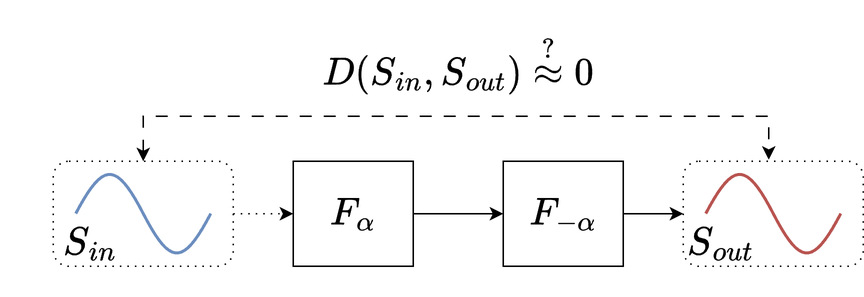
The draw.io diagram eval/reconstruction.png in behzadhaki/FRFT_Max, before a commit. Source tidied: cells renumbered, new cells last; positions are measured from the earlier drawing's top-left corner, leaving out a move shared by most shapes. Source of this version:
```xml
<mxGraphModel math="1">
  <root>
    <mxCell id="0" />
    <mxCell id="1" parent="0" />
    <mxCell id="2" style="edgeStyle=orthogonalEdgeStyle;rounded=0;jettySize=auto;html=1;entryX=0;entryY=0.5;entryDx=0;entryDy=0;" parent="1" edge="1" source="3" target="5">
      <mxGeometry relative="1" as="geometry" />
    </mxCell>
    <mxCell id="3" value="&lt;font&gt;$$F_\alpha$$&lt;/font&gt;" style="rounded=0;whiteSpace=wrap;html=1;fillColor=none;fontSize=22;" parent="1" vertex="1">
      <mxGeometry x="195" y="80" width="80" height="70" as="geometry" />
    </mxCell>
    <mxCell id="4" style="edgeStyle=orthogonalEdgeStyle;rounded=0;jettySize=auto;html=1;entryX=0;entryY=0.5;entryDx=0;entryDy=0;" parent="1" edge="1" source="5" target="12">
      <mxGeometry relative="1" as="geometry" />
    </mxCell>
    <mxCell id="5" value="&lt;font&gt;$$F_{-\alpha}$$&lt;/font&gt;" style="rounded=0;whiteSpace=wrap;html=1;fillColor=none;fontSize=22;" parent="1" vertex="1">
      <mxGeometry x="335" y="80" width="80" height="70" as="geometry" />
    </mxCell>
    <mxCell id="6" style="edgeStyle=orthogonalEdgeStyle;rounded=0;jettySize=auto;html=1;entryX=0;entryY=0.5;entryDx=0;entryDy=0;dashed=1;dashPattern=1 4;" parent="1" edge="1" source="9" target="3">
      <mxGeometry relative="1" as="geometry" />
    </mxCell>
    <mxCell id="7" style="edgeStyle=orthogonalEdgeStyle;rounded=0;jettySize=auto;html=1;entryX=0.467;entryY=-0.014;entryDx=0;entryDy=0;entryPerimeter=0;startArrow=classic;startFill=1;dashed=1;dashPattern=8 8;" parent="1" edge="1" source="11" target="14">
      <mxGeometry relative="1" as="geometry">
        <Array as="points">
          <mxPoint x="95" y="50" />
          <mxPoint x="512" y="50" />
        </Array>
      </mxGeometry>
    </mxCell>
    <mxCell id="8" value="&lt;span style=&quot;font-weight: 400;&quot;&gt;$$D(S_{in}, S_{out})\stackrel{?}{\approx}0$$&lt;/span&gt;" style="text;html=1;align=center;verticalAlign=middle;whiteSpace=wrap;rounded=0;fontStyle=1;fontSize=22;" parent="1" vertex="1">
      <mxGeometry x="95" width="420" height="30" as="geometry" />
    </mxCell>
    <mxCell id="9" style="rounded=1;whiteSpace=wrap;html=1;dashed=1;dashPattern=1 4;fillColor=none;" parent="1" vertex="1">
      <mxGeometry x="35" y="80" width="120" height="70" as="geometry" />
    </mxCell>
    <mxCell id="10" value="&lt;span&gt;$$S_{in}$$&lt;/span&gt;" style="text;html=1;align=center;verticalAlign=middle;whiteSpace=wrap;rounded=0;fontStyle=1;fontSize=22;" parent="1" vertex="1">
      <mxGeometry y="120" width="120" height="30" as="geometry" />
    </mxCell>
    <mxCell id="11" style="verticalLabelPosition=bottom;shadow=0;dashed=0;align=center;html=1;verticalAlign=top;shape=mxgraph.electrical.waveforms.sine_wave;fillColor=none;strokeColor=#6c8ebf;strokeWidth=2;" parent="1" vertex="1">
      <mxGeometry x="50" y="80" width="90" height="70" as="geometry" />
    </mxCell>
    <mxCell id="12" style="rounded=1;whiteSpace=wrap;html=1;dashed=1;dashPattern=1 4;fillColor=none;" parent="1" vertex="1">
      <mxGeometry x="455" y="80" width="120" height="70" as="geometry" />
    </mxCell>
    <mxCell id="13" value="&lt;span&gt;&lt;b&gt;$$S_{out}$$&lt;/b&gt;&lt;/span&gt;" style="text;html=1;align=center;verticalAlign=middle;whiteSpace=wrap;rounded=0;fontSize=22;" parent="1" vertex="1">
      <mxGeometry x="420" y="120" width="120" height="30" as="geometry" />
    </mxCell>
    <mxCell id="14" style="verticalLabelPosition=bottom;shadow=0;align=center;html=1;verticalAlign=top;shape=mxgraph.electrical.waveforms.sine_wave;fillColor=none;strokeColor=#b85450;strokeWidth=2;" parent="1" vertex="1">
      <mxGeometry x="470" y="80" width="90" height="70" as="geometry" />
    </mxCell>
  </root>
</mxGraphModel>
```
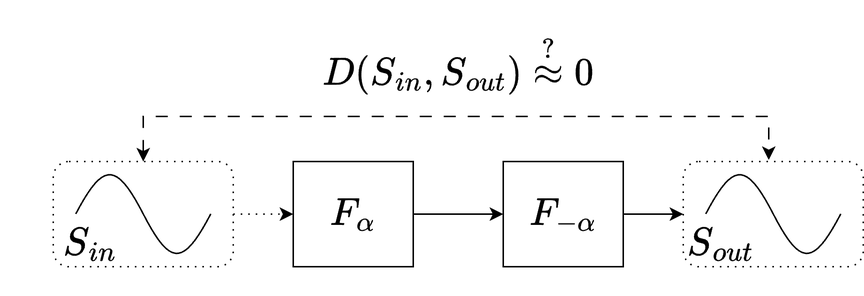
Above is the later version.

Change to the diagram source:
```diff
@@ -34,7 +34,7 @@
     <mxCell id="10" value="&lt;span&gt;$$S_{in}$$&lt;/span&gt;" style="text;html=1;align=center;verticalAlign=middle;whiteSpace=wrap;rounded=0;fontStyle=1;fontSize=22;" parent="1" vertex="1">
       <mxGeometry y="120" width="120" height="30" as="geometry" />
     </mxCell>
-    <mxCell id="11" style="verticalLabelPosition=bottom;shadow=0;dashed=0;align=center;html=1;verticalAlign=top;shape=mxgraph.electrical.waveforms.sine_wave;fillColor=none;strokeColor=#6c8ebf;strokeWidth=2;" parent="1" vertex="1">
+    <mxCell id="11" style="verticalLabelPosition=bottom;shadow=0;dashed=0;align=center;html=1;verticalAlign=top;shape=mxgraph.electrical.waveforms.sine_wave;fillColor=none;strokeColor=#000000;strokeWidth=1;" parent="1" vertex="1">
       <mxGeometry x="50" y="80" width="90" height="70" as="geometry" />
     </mxCell>
     <mxCell id="12" style="rounded=1;whiteSpace=wrap;html=1;dashed=1;dashPattern=1 4;fillColor=none;" parent="1" vertex="1">
@@ -43,7 +43,7 @@
     <mxCell id="13" value="&lt;span&gt;&lt;b&gt;$$S_{out}$$&lt;/b&gt;&lt;/span&gt;" style="text;html=1;align=center;verticalAlign=middle;whiteSpace=wrap;rounded=0;fontSize=22;" parent="1" vertex="1">
       <mxGeometry x="420" y="120" width="120" height="30" as="geometry" />
     </mxCell>
-    <mxCell id="14" style="verticalLabelPosition=bottom;shadow=0;align=center;html=1;verticalAlign=top;shape=mxgraph.electrical.waveforms.sine_wave;fillColor=none;strokeColor=#b85450;strokeWidth=2;" parent="1" vertex="1">
+    <mxCell id="14" style="verticalLabelPosition=bottom;shadow=0;align=center;html=1;verticalAlign=top;shape=mxgraph.electrical.waveforms.sine_wave;fillColor=none;strokeColor=#000000;strokeWidth=1;" parent="1" vertex="1">
       <mxGeometry x="470" y="80" width="90" height="70" as="geometry" />
     </mxCell>
   </root>
```
